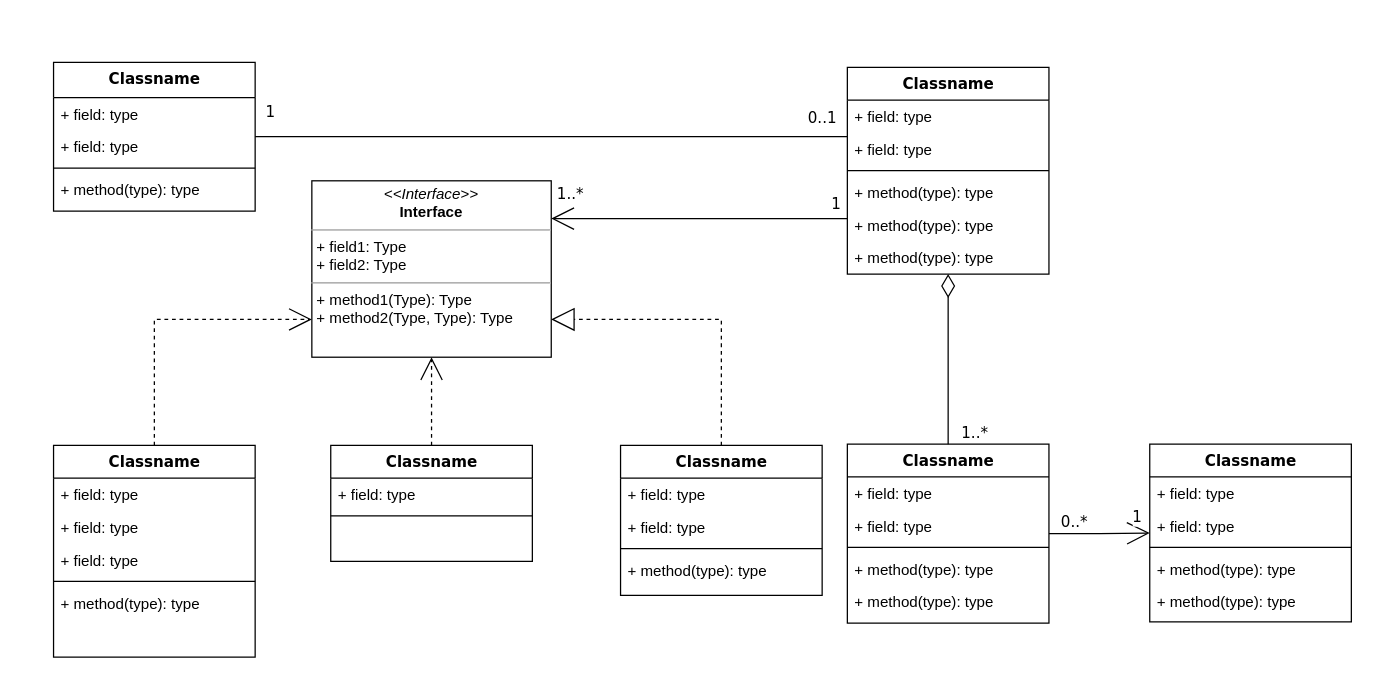
Tanusri99/Hailo_Detection keeps this draw.io diagram as Untitled Diagram.drawio. Above is the earlier version. Source tidied: cells renumbered, new cells numbered last; positions are measured from the earlier drawing's top-left corner, leaving out a move shared by most shapes. Both pictures are drawn from the tidied source at 126%, with x=0, y=0 at pixel (53, 62).
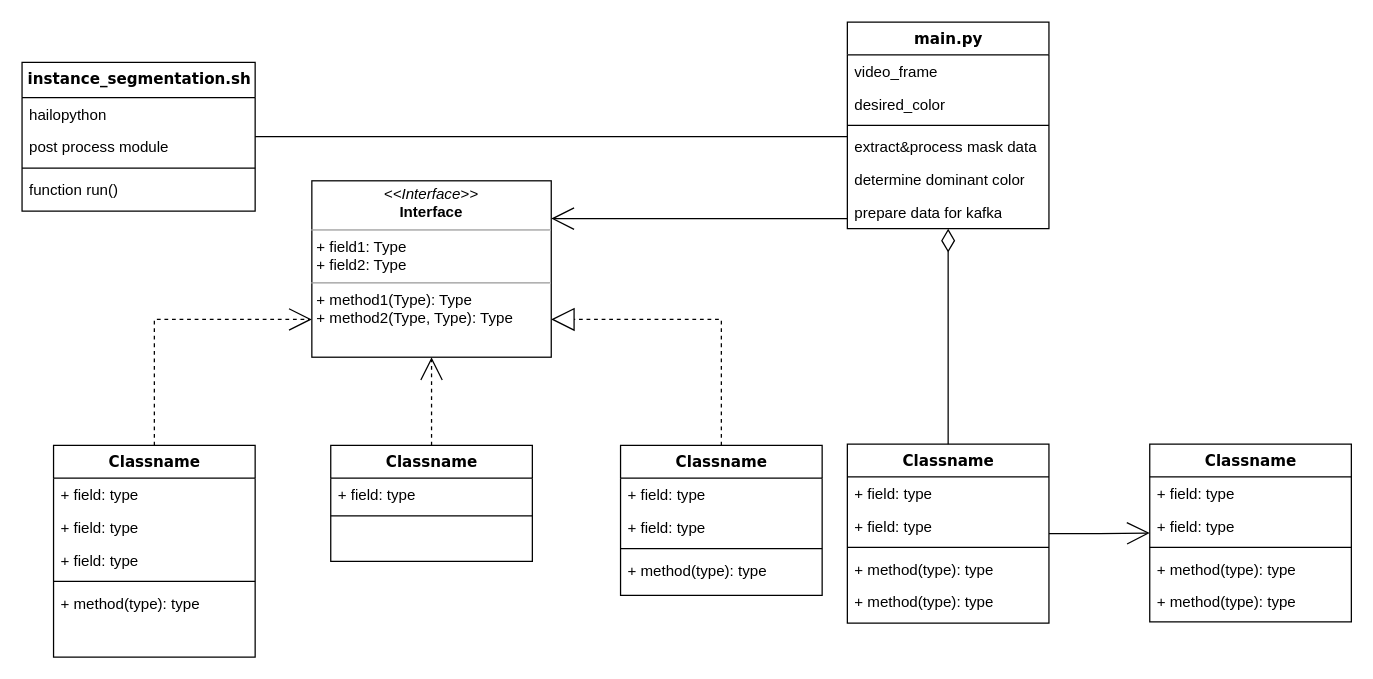
After the change.

The change refers to these unchanged cells:
```xml
<mxCell id="14" style="edgeStyle=orthogonalEdgeStyle;rounded=0;html=1;labelBackgroundColor=none;startArrow=none;startFill=0;startSize=8;endArrow=open;endFill=0;endSize=16;fontFamily=Verdana;fontSize=12;" parent="1" edge="1" source="20" target="54">
  <mxGeometry relative="1" as="geometry">
    <Array as="points">
      <mxPoint x="470" y="124" />
      <mxPoint x="470" y="124" />
    </Array>
  </mxGeometry>
</mxCell>
<mxCell id="17" style="edgeStyle=orthogonalEdgeStyle;rounded=0;html=1;labelBackgroundColor=none;startArrow=none;startFill=0;startSize=8;endArrow=none;endFill=0;endSize=16;fontFamily=Verdana;fontSize=12;" parent="1" edge="1" source="20" target="9">
  <mxGeometry relative="1" as="geometry">
    <Array as="points">
      <mxPoint x="530" y="59" />
      <mxPoint x="530" y="59" />
    </Array>
  </mxGeometry>
</mxCell>
<mxCell id="31" style="edgeStyle=orthogonalEdgeStyle;rounded=0;html=1;labelBackgroundColor=none;startArrow=none;startFill=0;startSize=8;endArrow=diamondThin;endFill=0;endSize=16;fontFamily=Verdana;fontSize=12;" parent="1" edge="1" source="36" target="20">
  <mxGeometry relative="1" as="geometry" />
</mxCell>
<mxCell id="33" style="edgeStyle=orthogonalEdgeStyle;rounded=0;html=1;labelBackgroundColor=none;startArrow=none;startFill=0;startSize=8;endArrow=open;endFill=0;endSize=16;fontFamily=Verdana;fontSize=12;" parent="1" edge="1" source="36" target="42">
  <mxGeometry relative="1" as="geometry" />
</mxCell>
```

Diff of the diagram source:
```diff
@@
-    <mxCell id="9" value="Classname" style="swimlane;html=1;fontStyle=1;align=center;verticalAlign=top;horizontal=1;startSize=28;swimlaneFillColor=#ffffff;rounded=0;shadow=0;comic=0;labelBackgroundColor=none;strokeWidth=1;fillColor=none;fontFamily=Verdana;fontSize=12;" parent="1" vertex="1">
-      <mxGeometry width="160" height="118" as="geometry" />
+    <mxCell id="9" value="instance_segmentation.sh" style="swimlane;html=1;fontStyle=1;align=center;verticalAlign=top;horizontal=1;startSize=28;swimlaneFillColor=#ffffff;rounded=0;shadow=0;comic=0;labelBackgroundColor=none;strokeWidth=1;fillColor=none;fontFamily=Verdana;fontSize=12;" parent="1" vertex="1">
+      <mxGeometry x="-25" width="185" height="118" as="geometry" />
     </mxCell>
-    <mxCell id="10" value="+ field: type" style="text;html=1;strokeColor=none;fillColor=none;align=left;verticalAlign=top;spacingLeft=4;spacingRight=4;whiteSpace=wrap;overflow=hidden;" parent="9" vertex="1">
-      <mxGeometry y="28" width="160" height="26" as="geometry" />
+    <mxCell id="10" value="hailopython" style="text;html=1;strokeColor=none;fillColor=none;align=left;verticalAlign=top;spacingLeft=4;spacingRight=4;whiteSpace=wrap;overflow=hidden;" parent="9" vertex="1">
+      <mxGeometry y="28" width="185" height="26" as="geometry" />
     </mxCell>
-    <mxCell id="11" value="+ field: type" style="text;html=1;strokeColor=none;fillColor=none;align=left;verticalAlign=top;spacingLeft=4;spacingRight=4;whiteSpace=wrap;overflow=hidden;" parent="9" vertex="1">
-      <mxGeometry y="54" width="160" height="26" as="geometry" />
+    <mxCell id="11" value="post process module" style="text;html=1;strokeColor=none;fillColor=none;align=left;verticalAlign=top;spacingLeft=4;spacingRight=4;whiteSpace=wrap;overflow=hidden;" parent="9" vertex="1">
+      <mxGeometry y="54" width="185" height="26" as="geometry" />
     </mxCell>
     <mxCell id="12" style="line;html=1;strokeWidth=1;fillColor=none;align=left;verticalAlign=middle;spacingTop=-1;spacingLeft=3;spacingRight=3;labelPosition=right;" parent="9" vertex="1">
-      <mxGeometry y="80" width="160" height="8" as="geometry" />
+      <mxGeometry y="80" width="185" height="8" as="geometry" />
     </mxCell>
-    <mxCell id="13" value="+ method(type): type" style="text;html=1;strokeColor=none;fillColor=none;align=left;verticalAlign=top;spacingLeft=4;spacingRight=4;whiteSpace=wrap;overflow=hidden;" parent="9" vertex="1">
-      <mxGeometry y="88" width="160" height="26" as="geometry" />
+    <mxCell id="13" value="function run()" style="text;html=1;strokeColor=none;fillColor=none;align=left;verticalAlign=top;spacingLeft=4;spacingRight=4;whiteSpace=wrap;overflow=hidden;" parent="9" vertex="1">
+      <mxGeometry y="88" width="185" height="26" as="geometry" />
     </mxCell>
@@
-    <mxCell id="15" value="1..*" style="text;html=1;align=center;verticalAlign=middle;labelBackgroundColor=#ffffff;fontSize=12;fontFamily=Verdana;" parent="14" vertex="1">
-      <mxGeometry x="0.86" y="2" relative="1" as="geometry">
-        <mxPoint x="-2" y="-22" as="offset" />
-      </mxGeometry>
-    </mxCell>
-    <mxCell id="16" value="1" style="text;html=1;align=center;verticalAlign=middle;labelBackgroundColor=#ffffff;fontSize=12;fontFamily=Verdana;" parent="14" vertex="1">
-      <mxGeometry x="0.36" y="152" relative="1" as="geometry">
-        <mxPoint x="150" y="-164" as="offset" />
-      </mxGeometry>
-    </mxCell>
@@
-    <mxCell id="18" value="0..1" style="text;html=1;align=center;verticalAlign=middle;labelBackgroundColor=#ffffff;fontSize=12;fontFamily=Verdana;" parent="17" vertex="1">
-      <mxGeometry x="-0.57" y="-86" relative="1" as="geometry">
-        <mxPoint x="80" y="71" as="offset" />
-      </mxGeometry>
-    </mxCell>
-    <mxCell id="19" value="1" style="text;html=1;align=center;verticalAlign=middle;labelBackgroundColor=#ffffff;fontSize=12;fontFamily=Verdana;" parent="17" vertex="1">
-      <mxGeometry x="0.89" y="-1" relative="1" as="geometry">
-        <mxPoint x="-15" y="-19" as="offset" />
-      </mxGeometry>
-    </mxCell>
-    <mxCell id="20" value="Classname" style="swimlane;html=1;fontStyle=1;align=center;verticalAlign=top;horizontal=1;startSize=26;swimlaneFillColor=#ffffff;rounded=0;shadow=0;comic=0;labelBackgroundColor=none;strokeWidth=1;fillColor=none;fontFamily=Verdana;fontSize=12;" parent="1" vertex="1">
-      <mxGeometry x="630" y="4" width="160" height="164" as="geometry" />
+    <mxCell id="20" value="main.py" style="swimlane;html=1;fontStyle=1;align=center;verticalAlign=top;horizontal=1;startSize=26;swimlaneFillColor=#ffffff;rounded=0;shadow=0;comic=0;labelBackgroundColor=none;strokeWidth=1;fillColor=none;fontFamily=Verdana;fontSize=12;" parent="1" vertex="1">
+      <mxGeometry x="630" y="-32" width="160" height="164" as="geometry" />
     </mxCell>
-    <mxCell id="21" value="+ field: type" style="text;html=1;strokeColor=none;fillColor=none;align=left;verticalAlign=top;spacingLeft=4;spacingRight=4;whiteSpace=wrap;overflow=hidden;" parent="20" vertex="1">
+    <mxCell id="21" value="video_frame" style="text;html=1;strokeColor=none;fillColor=none;align=left;verticalAlign=top;spacingLeft=4;spacingRight=4;whiteSpace=wrap;overflow=hidden;" parent="20" vertex="1">
       <mxGeometry y="26" width="160" height="26" as="geometry" />
     </mxCell>
-    <mxCell id="22" value="+ field: type" style="text;html=1;strokeColor=none;fillColor=none;align=left;verticalAlign=top;spacingLeft=4;spacingRight=4;whiteSpace=wrap;overflow=hidden;" parent="20" vertex="1">
+    <mxCell id="22" value="desired_color" style="text;html=1;strokeColor=none;fillColor=none;align=left;verticalAlign=top;spacingLeft=4;spacingRight=4;whiteSpace=wrap;overflow=hidden;" parent="20" vertex="1">
       <mxGeometry y="52" width="160" height="26" as="geometry" />
     </mxCell>
@@
-    <mxCell id="24" value="+ method(type): type" style="text;html=1;strokeColor=none;fillColor=none;align=left;verticalAlign=top;spacingLeft=4;spacingRight=4;whiteSpace=wrap;overflow=hidden;" parent="20" vertex="1">
+    <mxCell id="24" value="extract&amp;amp;process mask data" style="text;html=1;strokeColor=none;fillColor=none;align=left;verticalAlign=top;spacingLeft=4;spacingRight=4;whiteSpace=wrap;overflow=hidden;" parent="20" vertex="1">
       <mxGeometry y="86" width="160" height="26" as="geometry" />
     </mxCell>
-    <mxCell id="25" value="+ method(type): type" style="text;html=1;strokeColor=none;fillColor=none;align=left;verticalAlign=top;spacingLeft=4;spacingRight=4;whiteSpace=wrap;overflow=hidden;" parent="20" vertex="1">
+    <mxCell id="25" value="determine dominant color" style="text;html=1;strokeColor=none;fillColor=none;align=left;verticalAlign=top;spacingLeft=4;spacingRight=4;whiteSpace=wrap;overflow=hidden;" parent="20" vertex="1">
       <mxGeometry y="112" width="160" height="26" as="geometry" />
     </mxCell>
-    <mxCell id="26" value="+ method(type): type" style="text;html=1;strokeColor=none;fillColor=none;align=left;verticalAlign=top;spacingLeft=4;spacingRight=4;whiteSpace=wrap;overflow=hidden;" parent="20" vertex="1">
+    <mxCell id="26" value="prepare data for kafka" style="text;html=1;strokeColor=none;fillColor=none;align=left;verticalAlign=top;spacingLeft=4;spacingRight=4;whiteSpace=wrap;overflow=hidden;" parent="20" vertex="1">
       <mxGeometry y="138" width="160" height="26" as="geometry" />
     </mxCell>
@@
-    <mxCell id="32" value="1..*" style="text;html=1;align=center;verticalAlign=middle;labelBackgroundColor=#ffffff;fontSize=12;fontFamily=Verdana;" parent="31" vertex="1">
-      <mxGeometry x="-0.85" y="-1" relative="1" as="geometry">
-        <mxPoint x="19" y="1" as="offset" />
-      </mxGeometry>
-    </mxCell>
@@
-    <mxCell id="34" value="0..*" style="text;html=1;align=center;verticalAlign=middle;labelBackgroundColor=#ffffff;fontSize=12;fontFamily=Verdana;" parent="33" vertex="1">
-      <mxGeometry x="-0.79" relative="1" as="geometry">
-        <mxPoint x="11" y="-10" as="offset" />
-      </mxGeometry>
-    </mxCell>
-    <mxCell id="35" value="1" style="text;html=1;align=center;verticalAlign=middle;labelBackgroundColor=#ffffff;fontSize=12;fontFamily=Verdana;" parent="33" vertex="1">
-      <mxGeometry x="0.7" y="1" relative="1" as="geometry">
-        <mxPoint x="2" y="-12" as="offset" />
-      </mxGeometry>
-    </mxCell>
```
